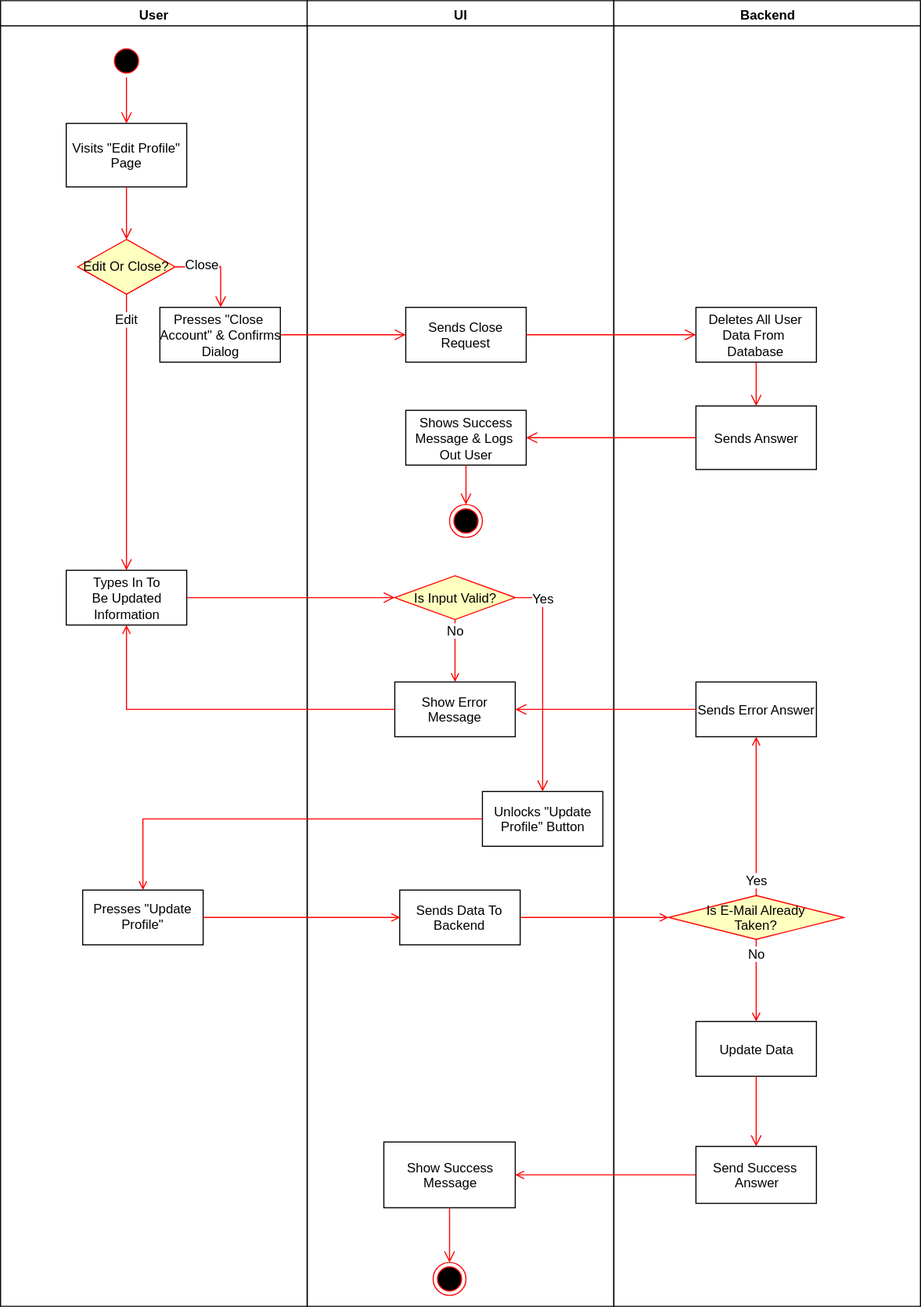
The draw.io diagram UseCases/EditProfile/EditProfileFlowchart.svg in phoenixfeder/fc-com, before a commit. Source tidied: cells renumbered, new cells last; positions are measured from the earlier drawing's top-left corner, leaving out a move shared by most shapes.
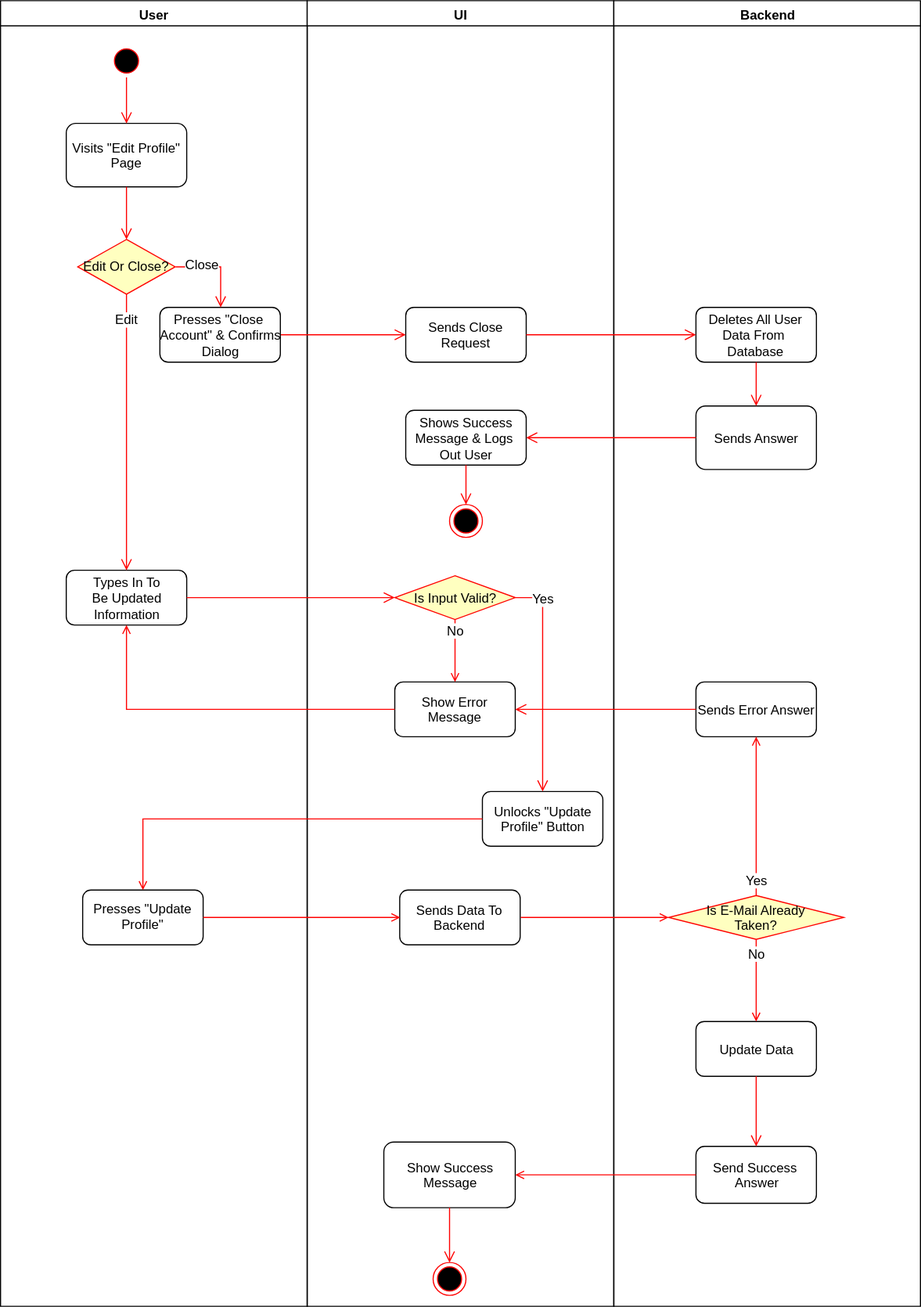
The same diagram one commit later.

The edit, as a diff of the source:
```diff
@@ -1,4 +1,4 @@
-<mxGraphModel background="#ffffff">
+<mxGraphModel>
   <root>
     <mxCell id="0" />
     <mxCell id="1" parent="0" />
@@ -11,7 +11,7 @@
     <mxCell id="4" value="Edit Or Close?" style="rhombus;fillColor=#ffffc0;strokeColor=#ff0000;" parent="2" vertex="1">
       <mxGeometry x="70.5" y="218" width="89" height="50" as="geometry" />
     </mxCell>
-    <mxCell id="5" value="Presses &quot;Close&amp;nbsp;&lt;br&gt;Account&quot; &amp;amp; Confirms&lt;br&gt;Dialog&lt;br&gt;" style="html=1;" parent="2" vertex="1">
+    <mxCell id="5" value="Presses &quot;Close&amp;nbsp;&lt;br&gt;Account&quot; &amp;amp; Confirms&lt;br&gt;Dialog&lt;br&gt;" style="html=1;rounded=1;" parent="2" vertex="1">
       <mxGeometry x="145.5" y="280" width="110" height="50" as="geometry" />
     </mxCell>
     <mxCell id="6" style="edgeStyle=orthogonalEdgeStyle;elbow=horizontal;verticalAlign=bottom;endArrow=open;endSize=8;strokeColor=#FF0000;endFill=1;rounded=0;entryX=0.5;entryY=0;exitX=1;exitY=0.5;" parent="2" edge="1" source="4" target="5">
@@ -22,7 +22,7 @@
         <mxPoint x="-15" y="-3" as="offset" />
       </mxGeometry>
     </mxCell>
-    <mxCell id="8" value="Types In To&lt;br&gt;Be Updated&lt;br&gt;Information&lt;br&gt;" style="html=1;" parent="2" vertex="1">
+    <mxCell id="8" value="Types In To&lt;br&gt;Be Updated&lt;br&gt;Information&lt;br&gt;" style="html=1;rounded=1;" parent="2" vertex="1">
       <mxGeometry x="60" y="520" width="110" height="50" as="geometry" />
     </mxCell>
     <mxCell id="9" style="edgeStyle=orthogonalEdgeStyle;elbow=horizontal;verticalAlign=bottom;endArrow=open;endSize=8;strokeColor=#FF0000;endFill=1;rounded=0;entryX=0.5;entryY=0;exitX=0.5;exitY=1;" parent="2" edge="1" source="4" target="8">
@@ -33,7 +33,7 @@
         <mxPoint x="-0.5" y="-104" as="offset" />
       </mxGeometry>
     </mxCell>
-    <mxCell id="11" value="Visits &quot;Edit Profile&quot;&lt;br&gt;Page&lt;br&gt;" style="html=1;" parent="2" vertex="1">
+    <mxCell id="11" value="Visits &quot;Edit Profile&quot;&lt;br&gt;Page&lt;br&gt;" style="html=1;rounded=1;" parent="2" vertex="1">
       <mxGeometry x="60" y="112" width="110" height="58" as="geometry" />
     </mxCell>
     <mxCell id="12" style="edgeStyle=elbowEdgeStyle;elbow=horizontal;verticalAlign=bottom;endArrow=open;endSize=8;strokeColor=#FF0000;endFill=1;rounded=0;entryX=0.5;entryY=0;" parent="2" edge="1" source="3" target="11">
@@ -42,16 +42,16 @@
     <mxCell id="13" style="elbow=horizontal;verticalAlign=bottom;endArrow=open;endSize=8;strokeColor=#FF0000;endFill=1;rounded=0;entryX=0.5;entryY=0;exitX=0.5;exitY=1;edgeStyle=orthogonalEdgeStyle;" parent="2" edge="1" source="11" target="4">
       <mxGeometry x="-54.5" y="-78" as="geometry" />
     </mxCell>
-    <mxCell id="14" value="Presses &quot;Update&#10;Profile&quot;" parent="2" vertex="1">
+    <mxCell id="14" value="Presses &quot;Update&#10;Profile&quot;" style="rounded=1;" parent="2" vertex="1">
       <mxGeometry x="75" y="812" width="110" height="50" as="geometry" />
     </mxCell>
     <mxCell id="15" value="UI" style="swimlane;whiteSpace=wrap;" parent="1" vertex="1">
       <mxGeometry x="280" width="280" height="1192" as="geometry" />
     </mxCell>
-    <mxCell id="16" value="Sends Close&lt;br&gt;Request&lt;br&gt;" style="html=1;" parent="15" vertex="1">
+    <mxCell id="16" value="Sends Close&lt;br&gt;Request&lt;br&gt;" style="html=1;rounded=1;" parent="15" vertex="1">
       <mxGeometry x="90" y="280" width="110" height="50" as="geometry" />
     </mxCell>
-    <mxCell id="17" value="Shows Success&lt;br&gt;Message &amp;amp; Logs&amp;nbsp;&lt;br&gt;Out User&lt;br&gt;" style="html=1;" parent="15" vertex="1">
+    <mxCell id="17" value="Shows Success&lt;br&gt;Message &amp;amp; Logs&amp;nbsp;&lt;br&gt;Out User&lt;br&gt;" style="html=1;rounded=1;" parent="15" vertex="1">
       <mxGeometry x="90" y="374" width="110" height="50" as="geometry" />
     </mxCell>
     <mxCell id="18" style="ellipse;shape=endState;fillColor=#000000;strokeColor=#ff0000;" parent="15" vertex="1">
@@ -63,7 +63,7 @@
     <mxCell id="20" value="Is Input Valid?" style="rhombus;fillColor=#ffffc0;strokeColor=#ff0000;html=1;" parent="15" vertex="1">
       <mxGeometry x="80" y="525" width="110" height="40" as="geometry" />
     </mxCell>
-    <mxCell id="21" value="Show Error&lt;br&gt;Message&lt;br&gt;" style="align=center;verticalAlign=middle;html=1;" parent="15" vertex="1">
+    <mxCell id="21" value="Show Error&lt;br&gt;Message&lt;br&gt;" style="align=center;verticalAlign=middle;html=1;rounded=1;" parent="15" vertex="1">
       <mxGeometry x="80" y="622" width="110" height="50" as="geometry" />
     </mxCell>
     <mxCell id="22" style="endArrow=open;strokeColor=#FF0000;endFill=1;rounded=0;edgeStyle=orthogonalEdgeStyle;exitX=0.5;exitY=1;" parent="15" edge="1" source="20" target="21">
@@ -74,7 +74,7 @@
         <mxPoint x="-2" y="-10" as="offset" />
       </mxGeometry>
     </mxCell>
-    <mxCell id="24" value="Unlocks &quot;Update&lt;br&gt;Profile&quot; Button" style="html=1;" parent="15" vertex="1">
+    <mxCell id="24" value="Unlocks &quot;Update&lt;br&gt;Profile&quot; Button" style="html=1;rounded=1;" parent="15" vertex="1">
       <mxGeometry x="160" y="722" width="110" height="50" as="geometry" />
     </mxCell>
     <mxCell id="25" style="edgeStyle=orthogonalEdgeStyle;elbow=horizontal;verticalAlign=bottom;endArrow=open;endSize=8;strokeColor=#FF0000;endFill=1;rounded=0;entryX=0.5;entryY=0;exitX=1;exitY=0.5;" parent="15" edge="1" source="20" target="24">
@@ -85,10 +85,10 @@
         <mxPoint y="-76" as="offset" />
       </mxGeometry>
     </mxCell>
-    <mxCell id="27" value="Sends Data To&lt;br&gt;Backend&lt;br&gt;" style="align=center;verticalAlign=middle;html=1;" parent="15" vertex="1">
+    <mxCell id="27" value="Sends Data To&lt;br&gt;Backend&lt;br&gt;" style="align=center;verticalAlign=middle;html=1;rounded=1;" parent="15" vertex="1">
       <mxGeometry x="84.5" y="812" width="110" height="50" as="geometry" />
     </mxCell>
-    <mxCell id="28" value="Show Success&lt;br&gt;Message&lt;br&gt;" style="rounded=0;whiteSpace=wrap;html=1;align=center;" parent="15" vertex="1">
+    <mxCell id="28" value="Show Success&lt;br&gt;Message&lt;br&gt;" style="rounded=1;whiteSpace=wrap;html=1;align=center;" parent="15" vertex="1">
       <mxGeometry x="70" y="1042" width="120" height="60" as="geometry" />
     </mxCell>
     <mxCell id="29" style="ellipse;shape=endState;fillColor=#000000;strokeColor=#ff0000;" parent="15" vertex="1">
@@ -100,25 +100,25 @@
     <mxCell id="31" value="Backend" style="swimlane;whiteSpace=wrap;" parent="1" vertex="1">
       <mxGeometry x="560" width="280" height="1192" as="geometry" />
     </mxCell>
-    <mxCell id="32" value="Deletes All User&lt;br&gt;Data From&amp;nbsp;&lt;br&gt;Database&lt;br&gt;" style="html=1;" parent="31" vertex="1">
+    <mxCell id="32" value="Deletes All User&lt;br&gt;Data From&amp;nbsp;&lt;br&gt;Database&lt;br&gt;" style="html=1;rounded=1;" parent="31" vertex="1">
       <mxGeometry x="75" y="280" width="110" height="50" as="geometry" />
     </mxCell>
-    <mxCell id="33" value="Sends Answer&lt;br&gt;" style="html=1;" parent="31" vertex="1">
+    <mxCell id="33" value="Sends Answer&lt;br&gt;" style="html=1;rounded=1;" parent="31" vertex="1">
       <mxGeometry x="75" y="370" width="110" height="58" as="geometry" />
     </mxCell>
     <mxCell id="34" style="edgeStyle=orthogonalEdgeStyle;elbow=horizontal;verticalAlign=bottom;endArrow=open;endSize=8;strokeColor=#FF0000;endFill=1;rounded=0;entryX=0.5;entryY=0;exitX=0.5;exitY=1;" parent="31" edge="1" source="32" target="33">
       <mxGeometry x="-489.5" y="-89" as="geometry" />
     </mxCell>
-    <mxCell id="35" value="Update Data" style="html=1;" parent="31" vertex="1">
+    <mxCell id="35" value="Update Data" style="html=1;rounded=1;" parent="31" vertex="1">
       <mxGeometry x="75" y="932" width="110" height="50" as="geometry" />
     </mxCell>
-    <mxCell id="36" value="Send Success&amp;nbsp;&lt;br&gt;Answer&lt;br&gt;" style="rounded=0;whiteSpace=wrap;html=1;align=center;" parent="31" vertex="1">
+    <mxCell id="36" value="Send Success&amp;nbsp;&lt;br&gt;Answer&lt;br&gt;" style="rounded=1;whiteSpace=wrap;html=1;align=center;" parent="31" vertex="1">
       <mxGeometry x="75" y="1046" width="110" height="52" as="geometry" />
     </mxCell>
     <mxCell id="37" style="edgeStyle=orthogonalEdgeStyle;elbow=horizontal;verticalAlign=bottom;endArrow=open;endSize=8;strokeColor=#FF0000;endFill=1;rounded=0;entryX=0.5;entryY=0;exitX=0.5;exitY=1;" parent="31" edge="1" source="35" target="36">
       <mxGeometry x="-440" y="-173" as="geometry" />
     </mxCell>
-    <mxCell id="38" value="Sends Error Answer" style="html=1;" parent="31" vertex="1">
+    <mxCell id="38" value="Sends Error Answer" style="html=1;rounded=1;" parent="31" vertex="1">
       <mxGeometry x="75" y="622" width="110" height="50" as="geometry" />
     </mxCell>
     <mxCell id="39" style="edgeStyle=orthogonalEdgeStyle;elbow=horizontal;verticalAlign=bottom;endArrow=open;endSize=8;strokeColor=#FF0000;endFill=1;rounded=0;entryX=0;entryY=0.5;exitX=1;exitY=0.5;" parent="1" edge="1" source="5" target="16">
```
